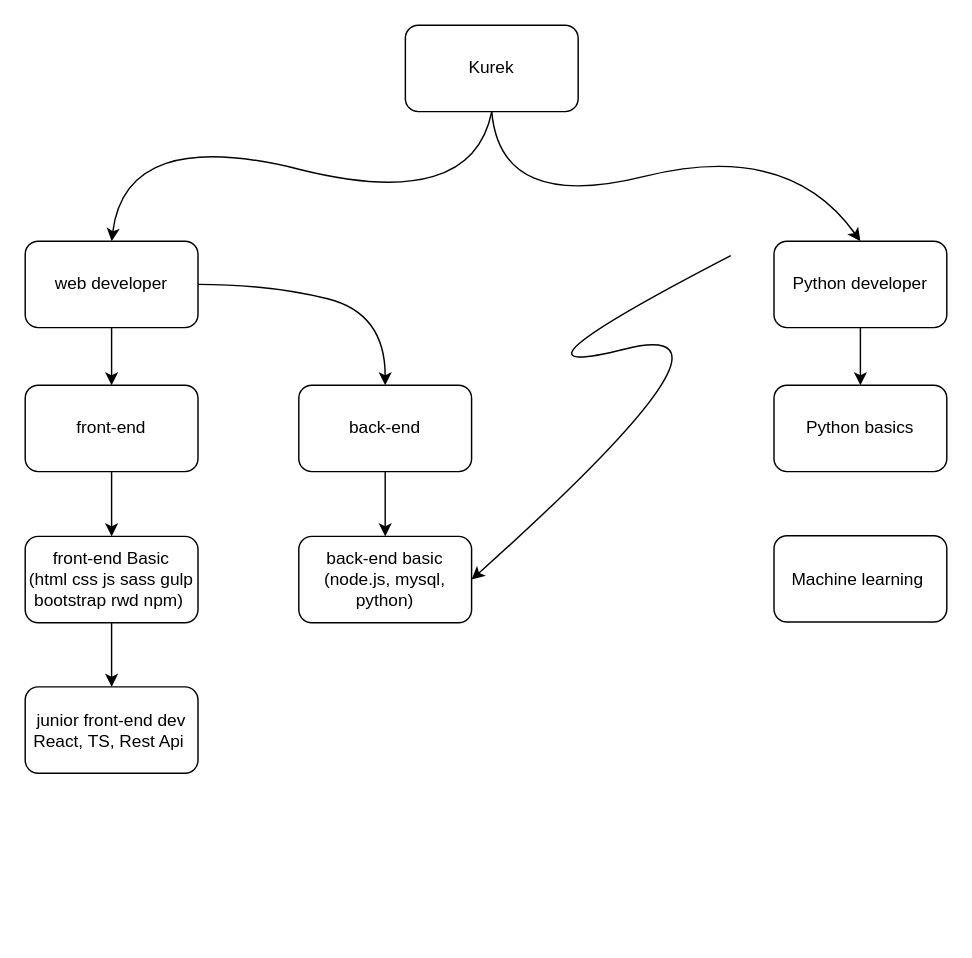
This is Diagram bez tytułu.drawio from TheKureq/TheKureq, a draw.io file, before an edit. Source tidied: cells renumbered, new cells numbered last; positions are measured from the earlier drawing's top-left corner, leaving out a move shared by most shapes. Both pictures are drawn from the tidied source at 144%, with x=0, y=0 at pixel (24, 24).
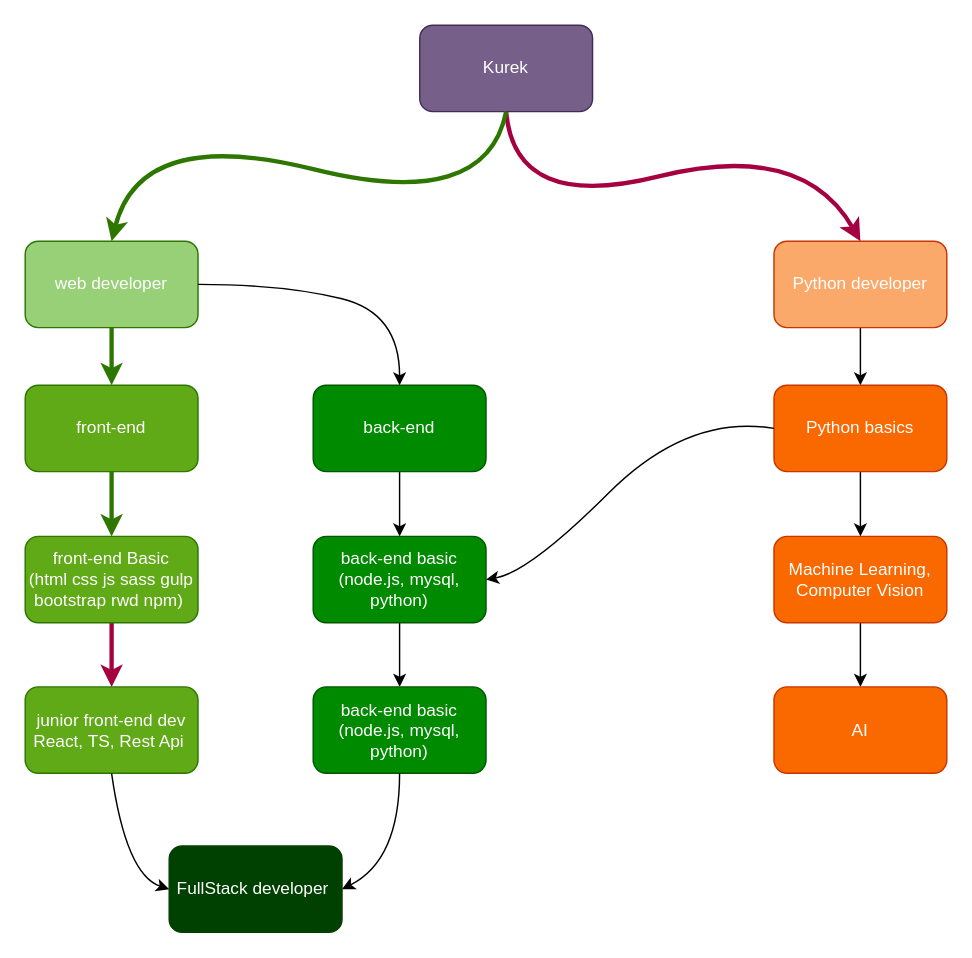
Above is the later version.

What changed in the source:
```diff
@@
-    <mxCell id="2" value="Kurek" style="rounded=1;whiteSpace=wrap;html=1;" parent="1" vertex="1">
-      <mxGeometry x="264" width="120" height="60" as="geometry" />
+    <mxCell id="2" value="Kurek" style="rounded=1;whiteSpace=wrap;html=1;fillColor=#76608a;strokeColor=#432D57;fontColor=#ffffff;" parent="1" vertex="1">
+      <mxGeometry x="274" width="120" height="60" as="geometry" />
     </mxCell>
-    <mxCell id="3" style="edgeStyle=orthogonalEdgeStyle;rounded=0;jettySize=auto;html=1;" parent="1" edge="1" source="4" target="19">
+    <mxCell id="3" style="edgeStyle=orthogonalEdgeStyle;rounded=0;jettySize=auto;html=1;strokeWidth=3;fillColor=#60a917;strokeColor=#2D7600;" parent="1" edge="1" source="4" target="19">
       <mxGeometry relative="1" as="geometry" />
     </mxCell>
-    <mxCell id="4" value="web developer" style="rounded=1;whiteSpace=wrap;html=1;" parent="1" vertex="1">
+    <mxCell id="4" value="web developer" style="rounded=1;whiteSpace=wrap;html=1;fillColor=#97D077;strokeColor=#2D7600;fontColor=#ffffff;" parent="1" vertex="1">
       <mxGeometry y="150" width="120" height="60" as="geometry" />
     </mxCell>
@@
-    <mxCell id="6" value="Python developer" style="rounded=1;whiteSpace=wrap;html=1;" parent="1" vertex="1">
+    <mxCell id="6" value="Python developer" style="rounded=1;whiteSpace=wrap;html=1;fillColor=#FAA96B;strokeColor=#C73500;fontColor=#FFFFFF;" parent="1" vertex="1">
       <mxGeometry x="520" y="150" width="120" height="60" as="geometry" />
     </mxCell>
-    <mxCell id="7" style="curved=1;endArrow=classic;html=1;rounded=0;exitX=0.5;exitY=1;exitDx=0;exitDy=0;entryX=0.5;entryY=0;entryDx=0;entryDy=0;" parent="1" edge="1" source="2" target="6">
+    <mxCell id="7" style="curved=1;endArrow=classic;html=1;rounded=0;exitX=0.5;exitY=1;exitDx=0;exitDy=0;entryX=0.5;entryY=0;entryDx=0;entryDy=0;fillColor=#d80073;strokeColor=#A50040;strokeWidth=3;" parent="1" edge="1" source="2" target="6">
       <mxGeometry relative="1" as="geometry">
         <Array as="points">
-          <mxPoint x="330" y="130" />
-          <mxPoint x="530" y="80" />
+          <mxPoint x="340" y="130" />
+          <mxPoint x="540" y="80" />
         </Array>
       </mxGeometry>
     </mxCell>
-    <mxCell id="8" style="curved=1;endArrow=classic;html=1;rounded=0;exitX=0.5;exitY=1;exitDx=0;exitDy=0;entryX=0.5;entryY=0;entryDx=0;entryDy=0;" parent="1" edge="1" source="2" target="4">
+    <mxCell id="8" style="curved=1;endArrow=classic;html=1;rounded=0;exitX=0.5;exitY=1;exitDx=0;exitDy=0;entryX=0.5;entryY=0;entryDx=0;entryDy=0;fillColor=#60a917;strokeColor=#2D7600;strokeWidth=3;" parent="1" edge="1" source="2" target="4">
       <mxGeometry relative="1" as="geometry">
         <Array as="points">
-          <mxPoint x="310" y="130" />
-          <mxPoint x="70" y="70" />
+          <mxPoint x="320" y="130" />
+          <mxPoint x="80" y="70" />
         </Array>
       </mxGeometry>
     </mxCell>
-    <mxCell id="9" style="edgeStyle=orthogonalEdgeStyle;rounded=0;jettySize=auto;html=1;" parent="1" edge="1" source="10" target="11">
+    <mxCell id="9" style="edgeStyle=orthogonalEdgeStyle;rounded=0;jettySize=auto;html=1;fillColor=#d80073;strokeColor=#A50040;strokeWidth=3;" parent="1" edge="1" source="10" target="11">
       <mxGeometry relative="1" as="geometry" />
     </mxCell>
-    <mxCell id="10" value="front-end Basic&lt;br&gt;(html css js sass gulp bootstrap rwd npm)&amp;nbsp;" style="rounded=1;whiteSpace=wrap;html=1;" parent="1" vertex="1">
+    <mxCell id="10" value="front-end Basic&lt;br&gt;(html css js sass gulp bootstrap rwd npm)&amp;nbsp;" style="rounded=1;whiteSpace=wrap;html=1;fillColor=#60a917;fontColor=#ffffff;strokeColor=#2D7600;" parent="1" vertex="1">
       <mxGeometry y="355" width="120" height="60" as="geometry" />
     </mxCell>
-    <mxCell id="11" value="junior front-end dev&lt;br&gt;React, TS, Rest Api&amp;nbsp;" style="rounded=1;whiteSpace=wrap;html=1;" parent="1" vertex="1">
+    <mxCell id="11" value="junior front-end dev&lt;br&gt;React, TS, Rest Api&amp;nbsp;" style="rounded=1;whiteSpace=wrap;html=1;fillColor=#60a917;fontColor=#ffffff;strokeColor=#2D7600;" parent="1" vertex="1">
       <mxGeometry y="459.5" width="120" height="60" as="geometry" />
     </mxCell>
+    <mxCell id="21" style="edgeStyle=orthogonalEdgeStyle;rounded=0;jettySize=auto;html=1;" parent="1" edge="1" source="12">
+      <mxGeometry relative="1" as="geometry">
+        <mxPoint x="580" y="355" as="targetPoint" />
+        <Array as="points">
+          <mxPoint x="580" y="355" />
+        </Array>
+      </mxGeometry>
+    </mxCell>
-    <mxCell id="12" value="Python basics" style="rounded=1;whiteSpace=wrap;html=1;" parent="1" vertex="1">
+    <mxCell id="12" value="Python basics" style="rounded=1;whiteSpace=wrap;html=1;fillColor=#fa6800;fontColor=#FFFFFF;strokeColor=#C73500;" parent="1" vertex="1">
       <mxGeometry x="520" y="250" width="120" height="60" as="geometry" />
     </mxCell>
-    <mxCell id="13" value="Machine learning&amp;nbsp;" style="rounded=1;whiteSpace=wrap;html=1;" parent="1" vertex="1">
-      <mxGeometry x="520" y="354.5" width="120" height="60" as="geometry" />
-    </mxCell>
@@
-    <mxCell id="15" value="back-end" style="rounded=1;whiteSpace=wrap;html=1;" parent="1" vertex="1">
-      <mxGeometry x="190" y="250" width="120" height="60" as="geometry" />
+    <mxCell id="15" value="back-end" style="rounded=1;whiteSpace=wrap;html=1;fillColor=#008a00;fontColor=#ffffff;strokeColor=#005700;" parent="1" vertex="1">
+      <mxGeometry x="200" y="250" width="120" height="60" as="geometry" />
     </mxCell>
     <mxCell id="16" style="curved=1;endArrow=classic;html=1;rounded=0;exitX=1;exitY=0.5;exitDx=0;exitDy=0;entryX=0.5;entryY=0;entryDx=0;entryDy=0;" parent="1" edge="1" source="4" target="15">
       <mxGeometry relative="1" as="geometry">
         <Array as="points">
-          <mxPoint x="170" y="180" />
-          <mxPoint x="250" y="200" />
+          <mxPoint x="180" y="180" />
+          <mxPoint x="260" y="200" />
         </Array>
       </mxGeometry>
     </mxCell>
+    <mxCell id="22" style="edgeStyle=orthogonalEdgeStyle;rounded=0;jettySize=auto;html=1;" parent="1" edge="1" source="17" target="23">
+      <mxGeometry relative="1" as="geometry" />
+    </mxCell>
-    <mxCell id="17" value="back-end basic&lt;br&gt;(node.js, mysql, python)" style="rounded=1;whiteSpace=wrap;html=1;" parent="1" vertex="1">
-      <mxGeometry x="190" y="355" width="120" height="60" as="geometry" />
+    <mxCell id="17" value="back-end basic&lt;br&gt;(node.js, mysql, python)" style="rounded=1;whiteSpace=wrap;html=1;fillColor=#008a00;fontColor=#ffffff;strokeColor=#005700;" parent="1" vertex="1">
+      <mxGeometry x="200" y="355" width="120" height="60" as="geometry" />
     </mxCell>
-    <mxCell id="18" style="edgeStyle=orthogonalEdgeStyle;rounded=0;jettySize=auto;html=1;" parent="1" edge="1" source="19" target="10">
+    <mxCell id="18" style="edgeStyle=orthogonalEdgeStyle;rounded=0;jettySize=auto;html=1;strokeWidth=3;fillColor=#60a917;strokeColor=#2D7600;" parent="1" edge="1" source="19" target="10">
       <mxGeometry relative="1" as="geometry" />
     </mxCell>
-    <mxCell id="19" value="front-end" style="rounded=1;whiteSpace=wrap;html=1;" parent="1" vertex="1">
+    <mxCell id="19" value="front-end" style="rounded=1;whiteSpace=wrap;html=1;fillColor=#60a917;fontColor=#ffffff;strokeColor=#2D7600;" parent="1" vertex="1">
       <mxGeometry y="250" width="120" height="60" as="geometry" />
     </mxCell>
-    <mxCell id="20" style="curved=1;endArrow=classic;html=1;rounded=0;entryX=1;entryY=0.5;entryDx=0;entryDy=0;" parent="1" edge="1" target="17">
+    <mxCell id="20" style="curved=1;endArrow=classic;html=1;rounded=0;entryX=1;entryY=0.5;entryDx=0;entryDy=0;exitX=0;exitY=0.5;exitDx=0;exitDy=0;" parent="1" edge="1" source="12" target="17">
       <mxGeometry relative="1" as="geometry">
-        <mxPoint x="490" y="160" as="sourcePoint" />
         <Array as="points">
-          <mxPoint x="316" y="250" />
-          <mxPoint x="516" y="200" />
+          <mxPoint x="460" y="270" />
+          <mxPoint x="350" y="380" />
         </Array>
       </mxGeometry>
     </mxCell>
+    <mxCell id="23" value="back-end basic&lt;br&gt;(node.js, mysql, python)" style="rounded=1;whiteSpace=wrap;html=1;fillColor=#008a00;fontColor=#ffffff;strokeColor=#005700;" parent="1" vertex="1">
+      <mxGeometry x="200" y="459.5" width="120" height="60" as="geometry" />
+    </mxCell>
+    <mxCell id="24" value="FullStack developer&amp;nbsp;" style="rounded=1;whiteSpace=wrap;html=1;fillColor=#004000;fontColor=#ffffff;strokeColor=#004000;" parent="1" vertex="1">
+      <mxGeometry x="100" y="570" width="120" height="60" as="geometry" />
+    </mxCell>
+    <mxCell id="25" style="curved=1;endArrow=classic;html=1;rounded=0;entryX=1;entryY=0.5;entryDx=0;entryDy=0;exitX=0.5;exitY=1;exitDx=0;exitDy=0;" parent="1" edge="1" source="23" target="24">
+      <mxGeometry relative="1" as="geometry">
+        <Array as="points">
+          <mxPoint x="260" y="580" />
+        </Array>
+      </mxGeometry>
+    </mxCell>
+    <mxCell id="26" style="curved=1;endArrow=classic;html=1;rounded=0;entryX=0;entryY=0.5;entryDx=0;entryDy=0;exitX=0.5;exitY=1;exitDx=0;exitDy=0;" parent="1" edge="1" source="11" target="24">
+      <mxGeometry relative="1" as="geometry">
+        <Array as="points">
+          <mxPoint x="70" y="590" />
+        </Array>
+      </mxGeometry>
+    </mxCell>
+    <mxCell id="27" style="edgeStyle=orthogonalEdgeStyle;rounded=0;jettySize=auto;html=1;fontColor=#FFFFFF;" parent="1" edge="1" source="28" target="29">
+      <mxGeometry relative="1" as="geometry" />
+    </mxCell>
+    <mxCell id="28" value="Machine Learning,&lt;br&gt;Computer Vision" style="rounded=1;whiteSpace=wrap;html=1;fillColor=#fa6800;fontColor=#FFFFFF;strokeColor=#C73500;" parent="1" vertex="1">
+      <mxGeometry x="520" y="355" width="120" height="60" as="geometry" />
+    </mxCell>
+    <mxCell id="29" value="AI" style="rounded=1;whiteSpace=wrap;html=1;fillColor=#fa6800;fontColor=#FFFFFF;strokeColor=#C73500;" parent="1" vertex="1">
+      <mxGeometry x="520" y="459.5" width="120" height="60" as="geometry" />
+    </mxCell>
```
